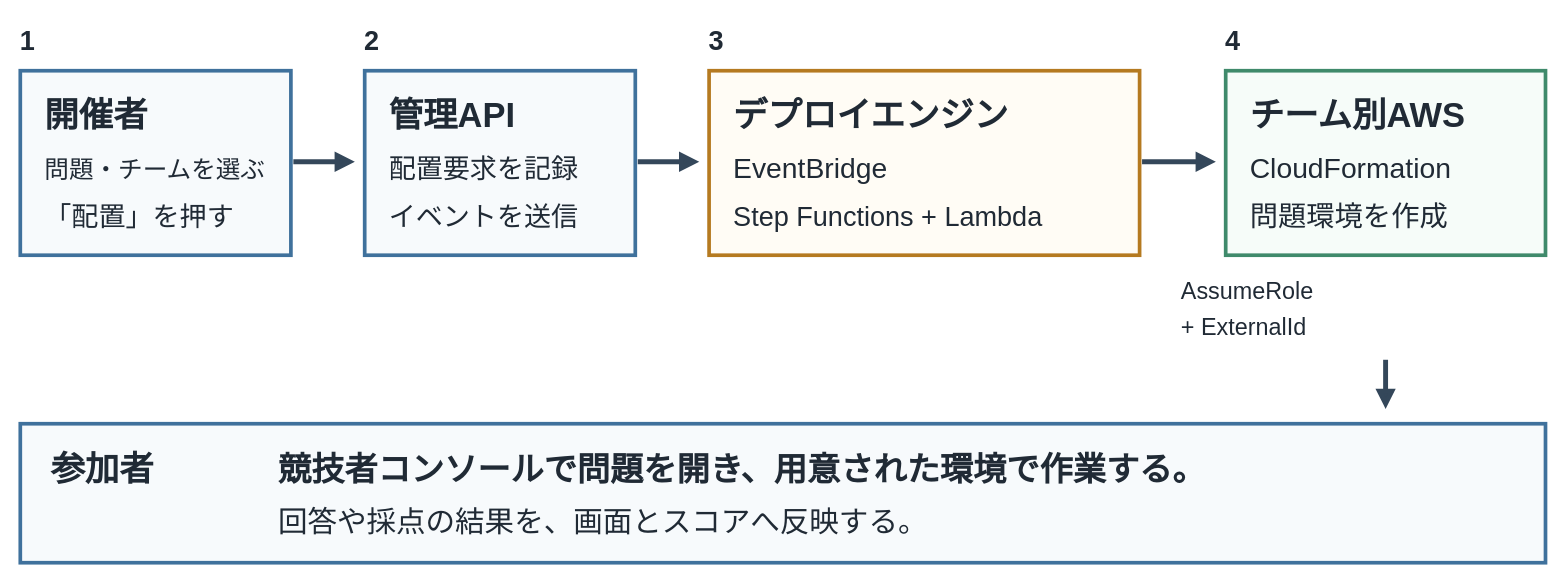
This is page "04 問題をデプロイして遊ぶまで" (4 of 4) of landing/jaws-yokohama-2026/assets/architecture.drawio from susumutomita/TenkaCloud, a draw.io file, before an edit. Source tidied: cells renumbered, new cells numbered last; positions are measured from the earlier drawing's top-left corner, leaving out a move shared by most shapes. Both pictures are drawn from the tidied source at 123%, with x=0, y=0 at pixel (20, 20).
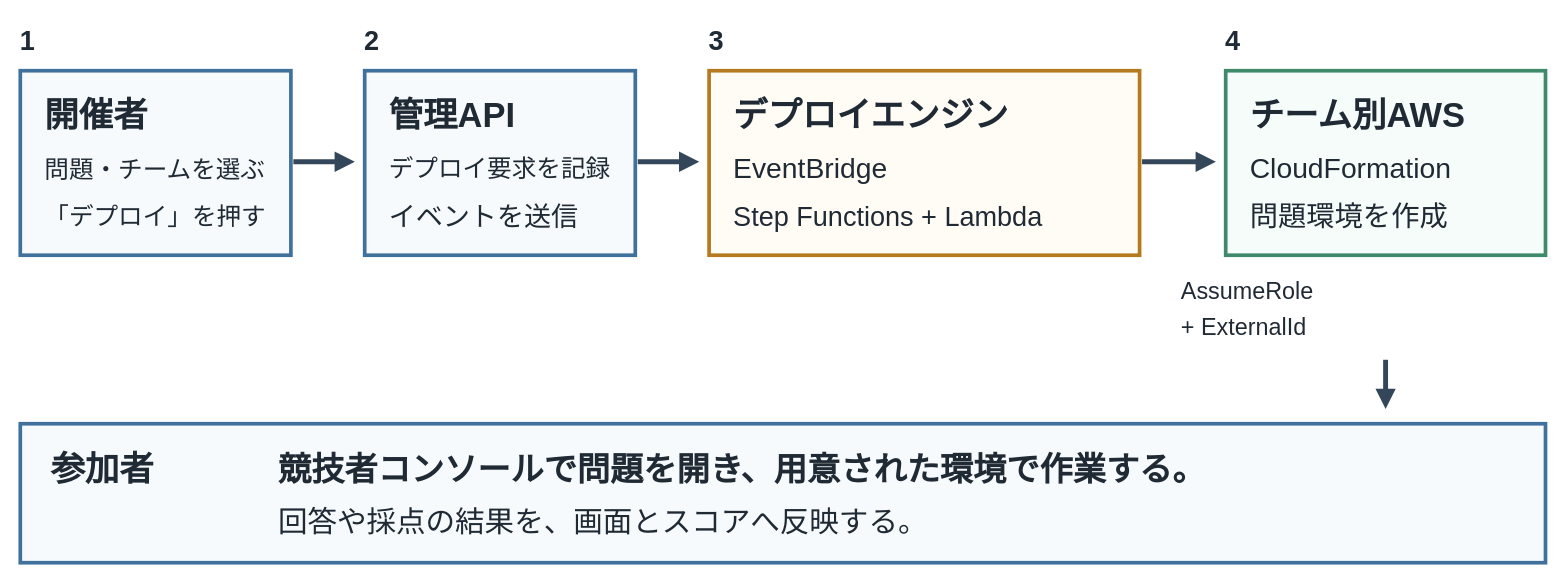
After the change.

The edit, as a diff of the source:
```diff
@@
-    <mxCell id="9" value="「配置」を押す" style="text;html=0;strokeColor=none;fillColor=none;align=left;verticalAlign=middle;spacing=0;fontFamily=Helvetica;fontSize=22;fontColor=#202a35;fontStyle=0;" parent="1" vertex="1">
+    <mxCell id="9" value="「デプロイ」を押す" style="text;html=0;strokeColor=none;fillColor=none;align=left;verticalAlign=middle;spacing=0;fontFamily=Helvetica;fontSize=20;fontColor=#202a35;fontStyle=0;" parent="1" vertex="1">
       <mxGeometry x="20" y="143" width="154" height="29.7" as="geometry" />
     </mxCell>
@@
-    <mxCell id="12" value="配置要求を記録" style="text;html=0;strokeColor=none;fillColor=none;align=left;verticalAlign=middle;spacing=0;fontFamily=Helvetica;fontSize=22;fontColor=#202a35;fontStyle=0;" parent="1" vertex="1">
+    <mxCell id="12" value="デプロイ要求を記録" style="text;html=0;strokeColor=none;fillColor=none;align=left;verticalAlign=middle;spacing=0;fontFamily=Helvetica;fontSize=20;fontColor=#202a35;fontStyle=0;" parent="1" vertex="1">
       <mxGeometry x="300" y="104" width="154" height="29.7" as="geometry" />
     </mxCell>
```
